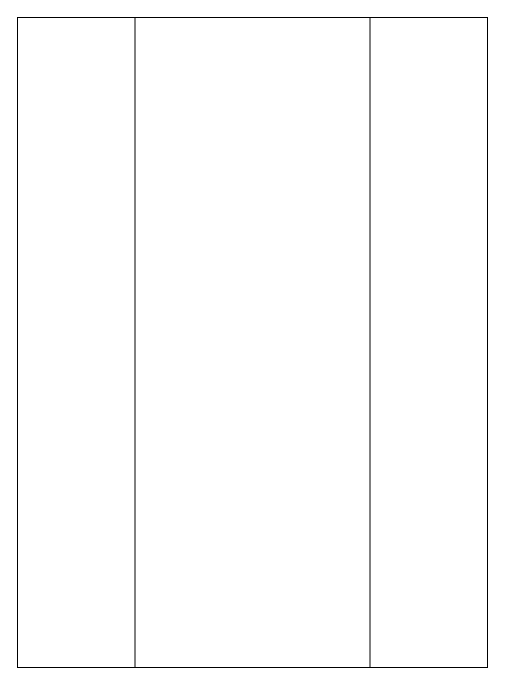
aditya-deo/gan-paper-2-diagrams keeps this draw.io diagram as Swimlane.drawio. Above is the earlier version. Source tidied: cells renumbered, new cells numbered last; positions are measured from the earlier drawing's top-left corner, leaving out a move shared by most shapes. Both pictures are drawn from the tidied source at 100%, with x=0, y=0 at pixel (17, 17).
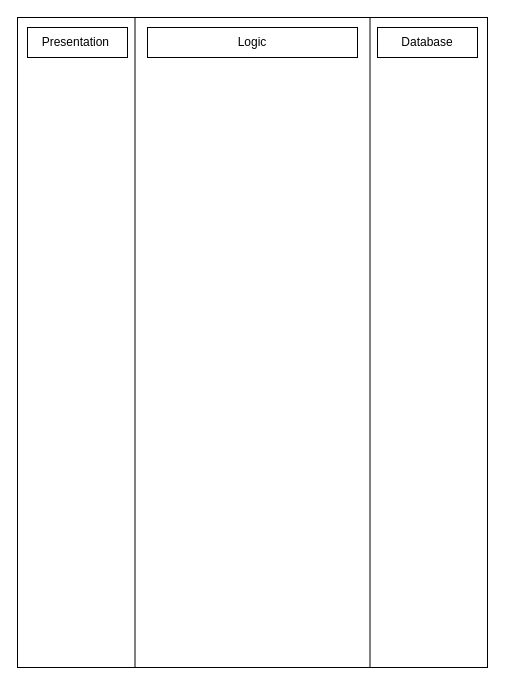
The same page after the edit.

Change to the diagram source:
```diff
@@
 <mxGraphModel>
   <root>
     <mxCell id="0" />
     <mxCell id="1" parent="0" />
     <mxCell id="2" style="rounded=0;whiteSpace=wrap;html=1;" parent="1" vertex="1">
       <mxGeometry width="470" height="650" as="geometry" />
     </mxCell>
     <mxCell id="3" style="rounded=0;orthogonalLoop=1;jettySize=auto;html=1;exitX=0.25;exitY=0;exitDx=0;exitDy=0;entryX=0.25;entryY=1;entryDx=0;entryDy=0;endArrow=none;endFill=0;" parent="1" edge="1" source="2" target="2">
       <mxGeometry relative="1" as="geometry" />
     </mxCell>
     <mxCell id="4" style="rounded=0;orthogonalLoop=1;jettySize=auto;html=1;exitX=0.75;exitY=0;exitDx=0;exitDy=0;entryX=0.75;entryY=1;entryDx=0;entryDy=0;endArrow=none;endFill=0;" parent="1" edge="1" source="2" target="2">
       <mxGeometry relative="1" as="geometry" />
     </mxCell>
+    <mxCell id="5" value="Presentation&amp;nbsp;" style="rounded=0;whiteSpace=wrap;html=1;" parent="1" vertex="1">
+      <mxGeometry x="10" y="10" width="100" height="30" as="geometry" />
+    </mxCell>
+    <mxCell id="6" value="Logic" style="rounded=0;whiteSpace=wrap;html=1;" parent="1" vertex="1">
+      <mxGeometry x="130" y="10" width="210" height="30" as="geometry" />
+    </mxCell>
+    <mxCell id="7" value="Database" style="rounded=0;whiteSpace=wrap;html=1;" parent="1" vertex="1">
+      <mxGeometry x="360" y="10" width="100" height="30" as="geometry" />
+    </mxCell>
   </root>
 </mxGraphModel>
```
